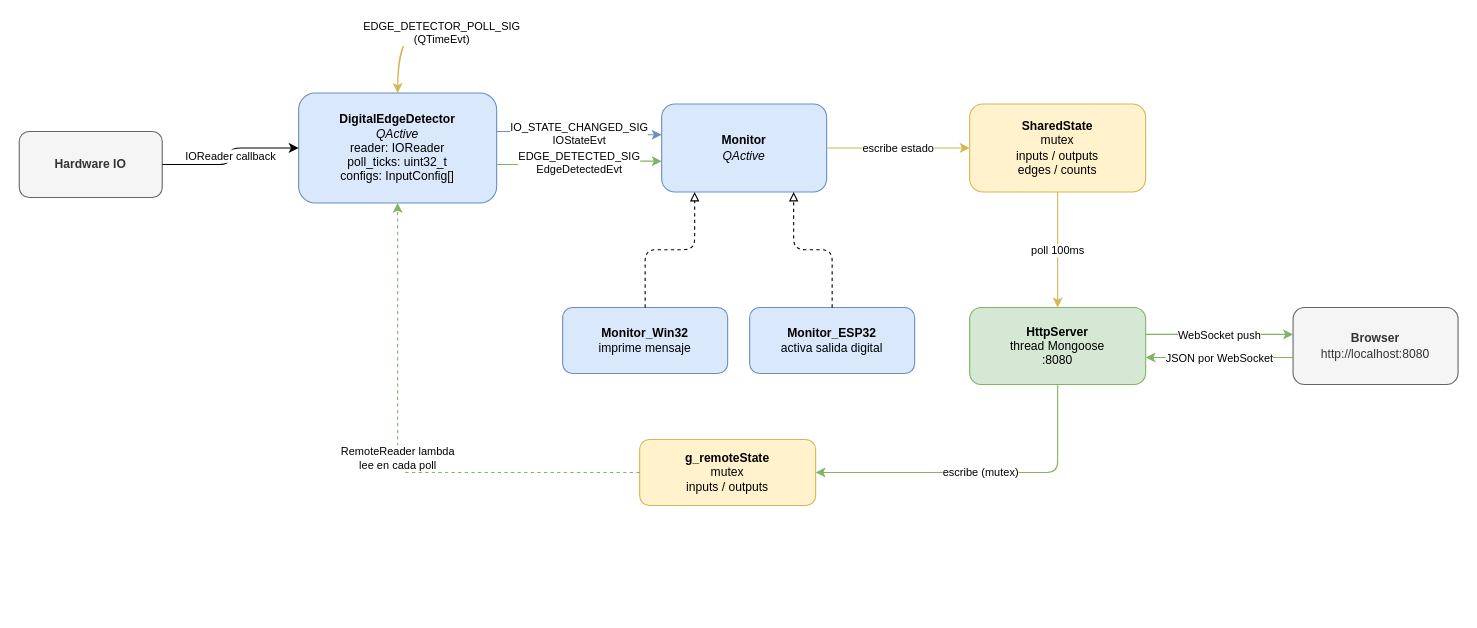
The draw.io diagram docs/sistema.drawio in peperono/digital_inputs_detector, before the edit. Source tidied: cells renumbered, new cells numbered last; positions are measured from the earlier drawing's top-left corner, leaving out a move shared by most shapes. Both pictures are drawn from the tidied source at 110%, with x=0, y=0 at pixel (19, 32).
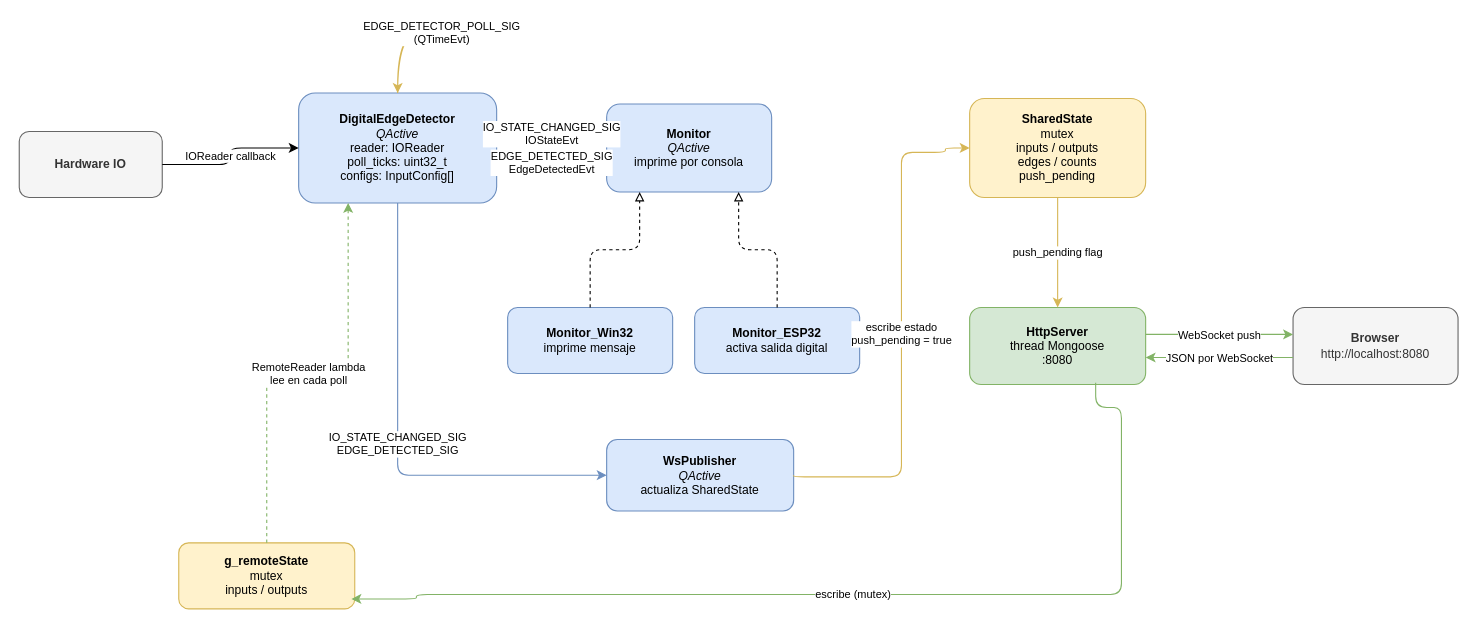
Above is the later version.

Commit message (it also covers changes not shown here):
Refactor: WsPublisher AO bridges DigitalEdgeDetector events to HttpServer

Unchanged cells that the change refers to:
```xml
<mxCell id="3" value="&lt;b&gt;DigitalEdgeDetector&lt;/b&gt;&lt;div&gt;&lt;i&gt;QActive&lt;/i&gt;&lt;/div&gt;&lt;div&gt;reader: IOReader&lt;/div&gt;&lt;div&gt;poll_ticks: uint32_t&lt;/div&gt;&lt;div&gt;configs: InputConfig[]&lt;/div&gt;" style="rounded=1;whiteSpace=wrap;html=1;fillColor=#dae8fc;strokeColor=#6c8ebf;fontSize=11;" parent="1" vertex="1">
  <mxGeometry x="254" y="55" width="180" height="100" as="geometry" />
</mxCell>
<mxCell id="14" value="&lt;b&gt;HttpServer&lt;/b&gt;&lt;div&gt;thread Mongoose&lt;/div&gt;&lt;div&gt;:8080&lt;/div&gt;" style="rounded=1;whiteSpace=wrap;html=1;fillColor=#d5e8d4;strokeColor=#82b366;fontSize=11;" parent="1" vertex="1">
  <mxGeometry x="864" y="250" width="160" height="70" as="geometry" />
</mxCell>
```

The edit, as a diff of the source:
```diff
@@
-    <mxCell id="4" value="&lt;b&gt;Monitor&lt;/b&gt;&lt;div&gt;&lt;i&gt;QActive&lt;/i&gt;&lt;/div&gt;" style="rounded=1;whiteSpace=wrap;html=1;fillColor=#dae8fc;strokeColor=#6c8ebf;fontSize=11;" parent="1" vertex="1">
-      <mxGeometry x="584" y="65" width="150" height="80" as="geometry" />
+    <mxCell id="4" value="&lt;b&gt;Monitor&lt;/b&gt;&lt;div&gt;&lt;i&gt;QActive&lt;/i&gt;&lt;/div&gt;&lt;div&gt;imprime por consola&lt;/div&gt;" style="rounded=1;whiteSpace=wrap;html=1;fillColor=#dae8fc;strokeColor=#6c8ebf;fontSize=11;" parent="1" vertex="1">
+      <mxGeometry x="534" y="65" width="150" height="80" as="geometry" />
     </mxCell>
     <mxCell id="5" value="&lt;b&gt;Monitor_Win32&lt;/b&gt;&lt;div&gt;imprime mensaje&lt;/div&gt;" style="rounded=1;whiteSpace=wrap;html=1;fillColor=#dae8fc;strokeColor=#6c8ebf;fontSize=11;" parent="1" vertex="1">
-      <mxGeometry x="494" y="250" width="150" height="60" as="geometry" />
+      <mxGeometry x="444" y="250" width="150" height="60" as="geometry" />
     </mxCell>
     <mxCell id="6" value="&lt;b&gt;Monitor_ESP32&lt;/b&gt;&lt;div&gt;activa salida digital&lt;/div&gt;" style="rounded=1;whiteSpace=wrap;html=1;fillColor=#dae8fc;strokeColor=#6c8ebf;fontSize=11;" parent="1" vertex="1">
-      <mxGeometry x="664" y="250" width="150" height="60" as="geometry" />
+      <mxGeometry x="614" y="250" width="150" height="60" as="geometry" />
     </mxCell>
@@
+    <mxCell id="23" value="&lt;b&gt;WsPublisher&lt;/b&gt;&lt;div&gt;&lt;i&gt;QActive&lt;/i&gt;&lt;/div&gt;&lt;div&gt;actualiza SharedState&lt;/div&gt;" style="rounded=1;whiteSpace=wrap;html=1;fillColor=#dae8fc;strokeColor=#6c8ebf;fontSize=11;" parent="1" vertex="1">
+      <mxGeometry x="534" y="370" width="170" height="65" as="geometry" />
+    </mxCell>
+    <mxCell id="24" value="IO_STATE_CHANGED_SIG&lt;div&gt;EDGE_DETECTED_SIG&lt;/div&gt;" style="edgeStyle=orthogonalEdgeStyle;html=1;fontSize=10;exitX=0.5;exitY=1;exitDx=0;exitDy=0;entryX=0;entryY=0.5;entryDx=0;entryDy=0;strokeColor=#6c8ebf;" parent="1" edge="1" source="3" target="23">
+      <mxGeometry relative="1" as="geometry">
+        <Array as="points">
+          <mxPoint x="344" y="402" />
+        </Array>
+      </mxGeometry>
+    </mxCell>
-    <mxCell id="13" value="&lt;b&gt;SharedState&lt;/b&gt;&lt;div&gt;mutex&lt;/div&gt;&lt;div&gt;inputs / outputs&lt;/div&gt;&lt;div&gt;edges / counts&lt;/div&gt;" style="rounded=1;whiteSpace=wrap;html=1;fillColor=#fff2cc;strokeColor=#d6b656;fontSize=11;" parent="1" vertex="1">
-      <mxGeometry x="864" y="65" width="160" height="80" as="geometry" />
+    <mxCell id="13" value="&lt;b&gt;SharedState&lt;/b&gt;&lt;div&gt;mutex&lt;/div&gt;&lt;div&gt;inputs / outputs&lt;/div&gt;&lt;div&gt;edges / counts&lt;/div&gt;&lt;div&gt;push_pending&lt;/div&gt;" style="rounded=1;whiteSpace=wrap;html=1;fillColor=#fff2cc;strokeColor=#d6b656;fontSize=11;" parent="1" vertex="1">
+      <mxGeometry x="864" y="60" width="160" height="90" as="geometry" />
     </mxCell>
+    <mxCell id="25" value="escribe estado&lt;div&gt;push_pending = true&lt;/div&gt;" style="edgeStyle=orthogonalEdgeStyle;html=1;fontSize=10;exitX=1;exitY=0.5;exitDx=0;exitDy=0;strokeColor=#d6b656;entryX=0;entryY=0.5;entryDx=0;entryDy=0;" parent="1" edge="1" source="23" target="13">
+      <mxGeometry relative="1" as="geometry">
+        <Array as="points">
+          <mxPoint x="704" y="404" />
+          <mxPoint x="802" y="404" />
+          <mxPoint x="802" y="109" />
+          <mxPoint x="842" y="109" />
+          <mxPoint x="842" y="105" />
+        </Array>
+      </mxGeometry>
+    </mxCell>
@@
-    <mxCell id="16" value="escribe estado" style="edgeStyle=orthogonalEdgeStyle;html=1;fontSize=10;exitX=1;exitY=0.5;exitDx=0;exitDy=0;entryX=0;entryY=0.5;entryDx=0;entryDy=0;strokeColor=#d6b656;" parent="1" edge="1" source="4" target="13">
-      <mxGeometry relative="1" as="geometry" />
-    </mxCell>
-    <mxCell id="17" value="poll 100ms" style="edgeStyle=orthogonalEdgeStyle;html=1;fontSize=10;exitX=0.5;exitY=1;exitDx=0;exitDy=0;entryX=0.5;entryY=0;entryDx=0;entryDy=0;strokeColor=#d6b656;" parent="1" edge="1" source="13" target="14">
+    <mxCell id="17" value="push_pending flag" style="edgeStyle=orthogonalEdgeStyle;html=1;fontSize=10;exitX=0.5;exitY=1;exitDx=0;exitDy=0;entryX=0.5;entryY=0;entryDx=0;entryDy=0;strokeColor=#d6b656;" parent="1" edge="1" source="13" target="14">
       <mxGeometry relative="1" as="geometry" />
     </mxCell>
@@
     <mxCell id="20" value="&lt;b&gt;g_remoteState&lt;/b&gt;&lt;div&gt;mutex&lt;/div&gt;&lt;div&gt;inputs / outputs&lt;/div&gt;" style="rounded=1;whiteSpace=wrap;html=1;fillColor=#fff2cc;strokeColor=#d6b656;fontSize=11;" parent="1" vertex="1">
-      <mxGeometry x="564" y="370" width="160" height="60" as="geometry" />
+      <mxGeometry x="145" y="464" width="160" height="60" as="geometry" />
     </mxCell>
-    <mxCell id="21" value="escribe (mutex)" style="edgeStyle=orthogonalEdgeStyle;html=1;fontSize=10;exitX=0.5;exitY=1;exitDx=0;exitDy=0;entryX=1;entryY=0.5;entryDx=0;entryDy=0;strokeColor=#82b366;" parent="1" edge="1" source="14" target="20">
+    <mxCell id="21" value="escribe (mutex)" style="edgeStyle=orthogonalEdgeStyle;html=1;fontSize=10;entryX=1;entryY=0.5;entryDx=0;entryDy=0;strokeColor=#82b366;exitX=0.716;exitY=0.978;exitDx=0;exitDy=0;exitPerimeter=0;" parent="1" edge="1" source="14">
       <mxGeometry relative="1" as="geometry">
+        <mxPoint x="302" y="515" as="targetPoint" />
         <Array as="points">
-          <mxPoint x="944" y="400" />
+          <mxPoint x="979" y="341" />
+          <mxPoint x="1002" y="341" />
+          <mxPoint x="1002" y="511" />
+          <mxPoint x="361" y="511" />
+          <mxPoint x="361" y="515" />
         </Array>
       </mxGeometry>
     </mxCell>
-    <mxCell id="22" value="RemoteReader lambda&lt;div&gt;lee en cada poll&lt;/div&gt;" style="edgeStyle=orthogonalEdgeStyle;html=1;fontSize=10;dashed=1;exitX=0;exitY=0.5;exitDx=0;exitDy=0;entryX=0.5;entryY=1;entryDx=0;entryDy=0;strokeColor=#82b366;" parent="1" edge="1" source="20" target="3">
+    <mxCell id="22" value="RemoteReader lambda&lt;div&gt;lee en cada poll&lt;/div&gt;" style="edgeStyle=orthogonalEdgeStyle;html=1;fontSize=10;dashed=1;exitX=0.5;exitY=0;exitDx=0;exitDy=0;entryX=0.25;entryY=1;entryDx=0;entryDy=0;strokeColor=#82b366;" parent="1" edge="1" source="20" target="3">
       <mxGeometry relative="1" as="geometry" />
     </mxCell>
```
